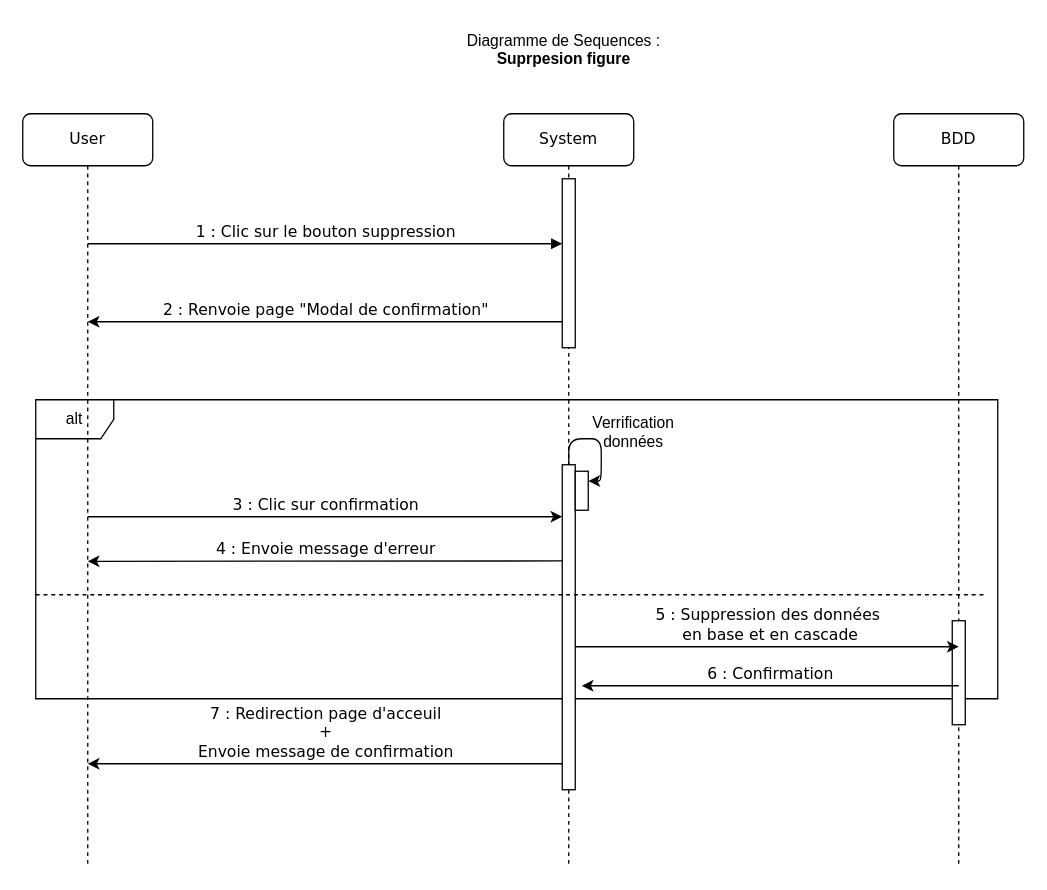
This is UMLs/Sequence/DiagrammeSequenceDeleteTricks.drawio from erreur4045/symfony, a draw.io file, before an edit. Source tidied: cells renumbered, new cells numbered last; positions are measured from the earlier drawing's top-left corner, leaving out a move shared by most shapes. Both pictures are drawn from the tidied source at 130%, with x=0, y=0 at pixel (22, 22).
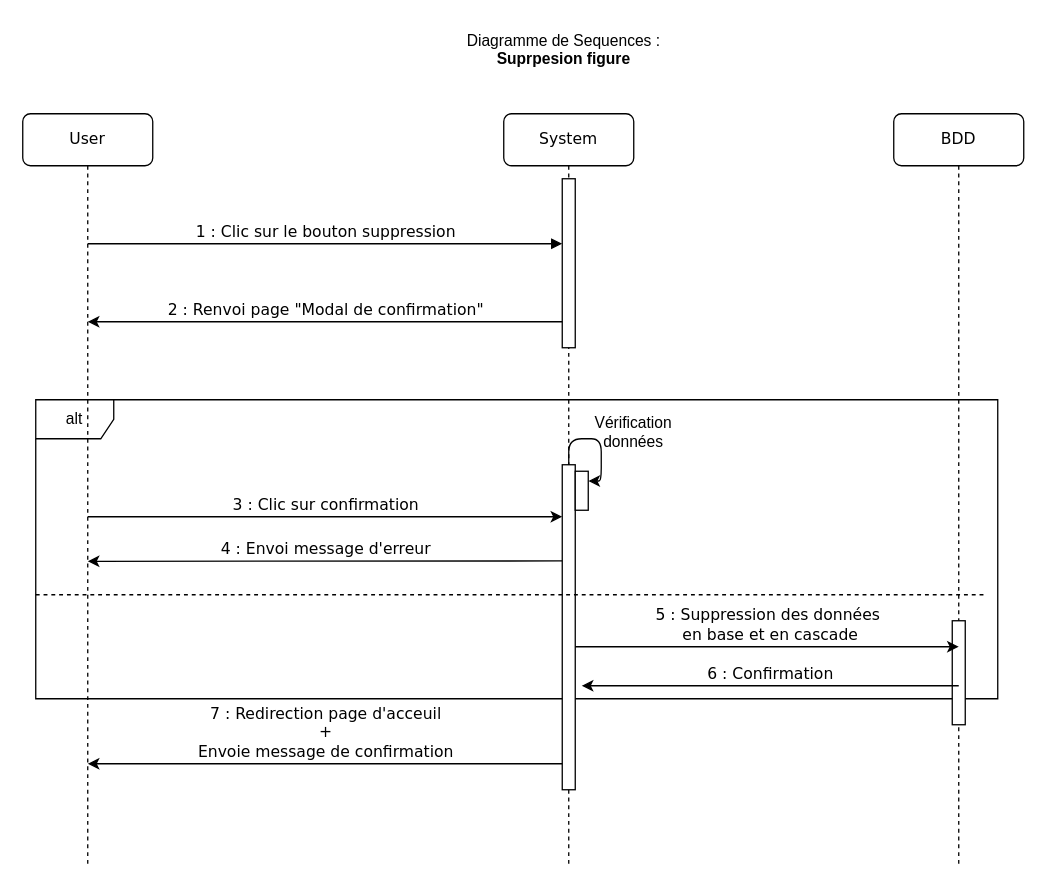
After the change.

What changed in the source:
```diff
@@
-    <mxCell id="10" value="2 : Renvoie page &quot;Modal de confirmation&quot;" style="html=1;verticalAlign=bottom;endArrow=none;labelBackgroundColor=none;fontFamily=Verdana;fontSize=12;edgeStyle=elbowEdgeStyle;elbow=vertical;startArrow=classic;startFill=1;endFill=0;" parent="1" edge="1">
+    <mxCell id="10" value="2 : Renvoi page &quot;Modal de confirmation&quot;" style="html=1;verticalAlign=bottom;endArrow=none;labelBackgroundColor=none;fontFamily=Verdana;fontSize=12;edgeStyle=elbowEdgeStyle;elbow=vertical;startArrow=classic;startFill=1;endFill=0;" parent="1" edge="1">
       <mxGeometry relative="1" as="geometry">
         <mxPoint x="50" y="230" as="sourcePoint" />
         <mxPoint x="415" y="230" as="targetPoint" />
       </mxGeometry>
     </mxCell>
@@
-    <mxCell id="14" value="Verrification données" style="text;html=1;strokeColor=none;fillColor=none;align=center;verticalAlign=middle;whiteSpace=wrap;rounded=0;" parent="1" vertex="1">
+    <mxCell id="14" value="Vérification données" style="text;html=1;strokeColor=none;fillColor=none;align=center;verticalAlign=middle;whiteSpace=wrap;rounded=0;" parent="1" vertex="1">
       <mxGeometry x="460" y="310" width="20" height="10" as="geometry" />
     </mxCell>
-    <mxCell id="15" value="4 : Envoie message d'erreur" style="html=1;verticalAlign=bottom;endArrow=none;labelBackgroundColor=none;fontFamily=Verdana;fontSize=12;edgeStyle=elbowEdgeStyle;elbow=vertical;startArrow=classic;startFill=1;endFill=0;" parent="1" edge="1">
+    <mxCell id="15" value="4 : Envoi message d'erreur" style="html=1;verticalAlign=bottom;endArrow=none;labelBackgroundColor=none;fontFamily=Verdana;fontSize=12;edgeStyle=elbowEdgeStyle;elbow=vertical;startArrow=classic;startFill=1;endFill=0;" parent="1" edge="1">
       <mxGeometry relative="1" as="geometry">
         <mxPoint x="50" y="414.3" as="sourcePoint" />
         <mxPoint x="415" y="414.3" as="targetPoint" />
       </mxGeometry>
     </mxCell>
```
